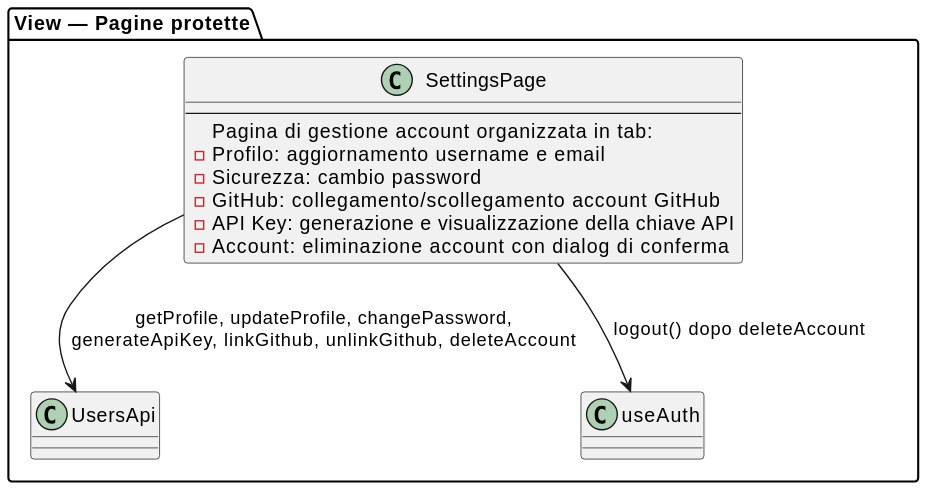
Earlier version of the PlantUML export assets/st_diagrams/svg/settings_page.svg (SkarabGroup/DocumentazioneProgetto). Source of this version:
```plantuml
@startuml
package "View — Pagine protette" {
  class SettingsPage {
    --
    Pagina di gestione account organizzata in tab:
    - Profilo: aggiornamento username e email
    - Sicurezza: cambio password
    - GitHub: collegamento/scollegamento account GitHub
    - API Key: generazione e visualizzazione della chiave API
    - Account: eliminazione account con dialog di conferma
  }

  SettingsPage --> "UsersApi" : getProfile, updateProfile, changePassword,\ngenerateApiKey, linkGithub, unlinkGithub, deleteAccount
  SettingsPage --> "useAuth" : logout() dopo deleteAccount
}
@enduml
```
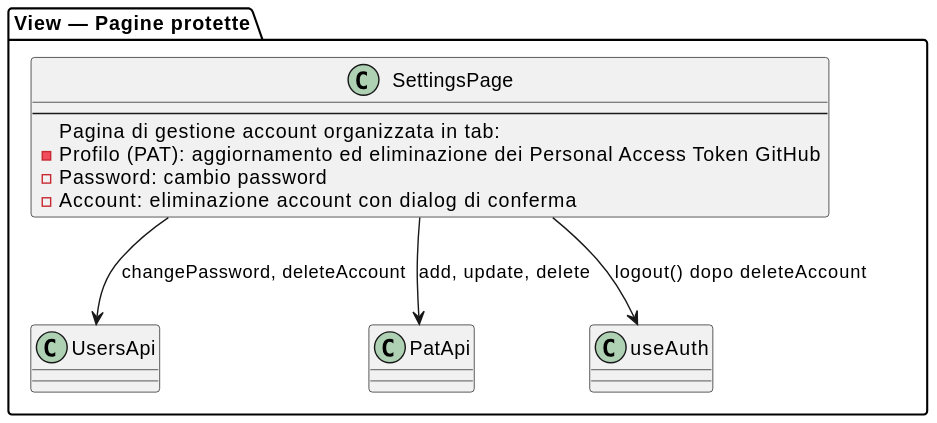
Above is the later version.

Diff of the diagram source:
```diff
@@ -3,14 +3,13 @@
   class SettingsPage {
     --
     Pagina di gestione account organizzata in tab:
-    - Profilo: aggiornamento username e email
-    - Sicurezza: cambio password
-    - GitHub: collegamento/scollegamento account GitHub
-    - API Key: generazione e visualizzazione della chiave API
+    - Profilo (PAT): aggiornamento ed eliminazione dei Personal Access Token GitHub
+    - Password: cambio password
     - Account: eliminazione account con dialog di conferma
   }
 
-  SettingsPage --> "UsersApi" : getProfile, updateProfile, changePassword,\ngenerateApiKey, linkGithub, unlinkGithub, deleteAccount
+  SettingsPage --> "UsersApi" : changePassword, deleteAccount
+  SettingsPage --> "PatApi" : add, update, delete
   SettingsPage --> "useAuth" : logout() dopo deleteAccount
 }
 @enduml
```
